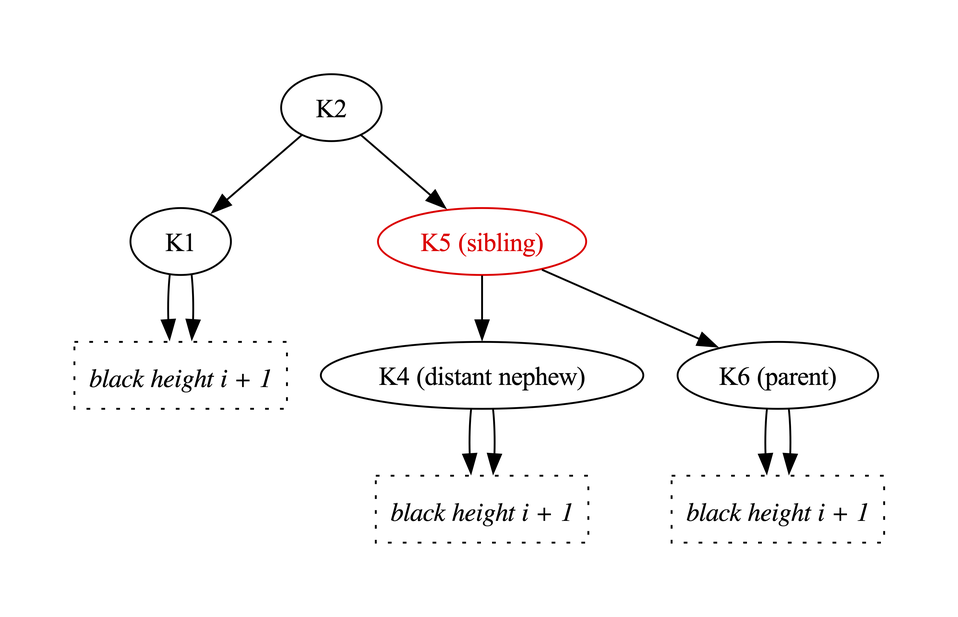
Before: Fw/DataStructures/docs/diagrams/removeBlackLeafNode/red-sibling-6.png, a diagram exported from Graphviz (nasa/fprime). Its source is kept beside it as Fw/DataStructures/docs/diagrams/removeBlackLeafNode/red-sibling-6.dot.
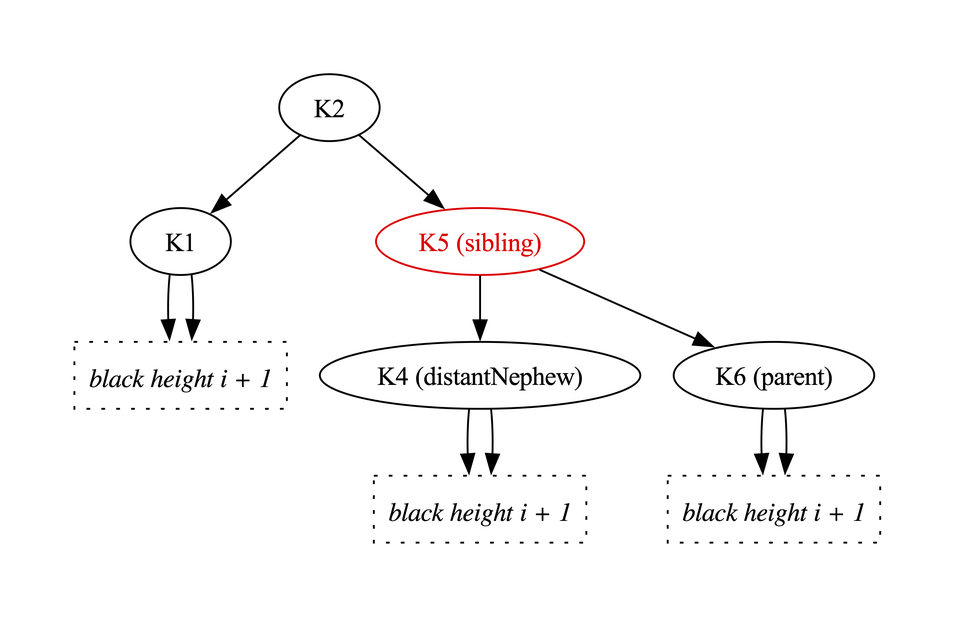
The same diagram one commit later.

What changed in the source:
```diff
@@ -16,7 +16,7 @@
 
   K1 [label="K1"]
   K2 [label="K2"]
-  K4 [label="K4 (distant nephew)"]
+  K4 [label="K4 (distantNephew)"]
   K5 [label="K5 (sibling)",color="red",fontcolor="red"]
   K6 [label="K6 (parent)"]
 
```
